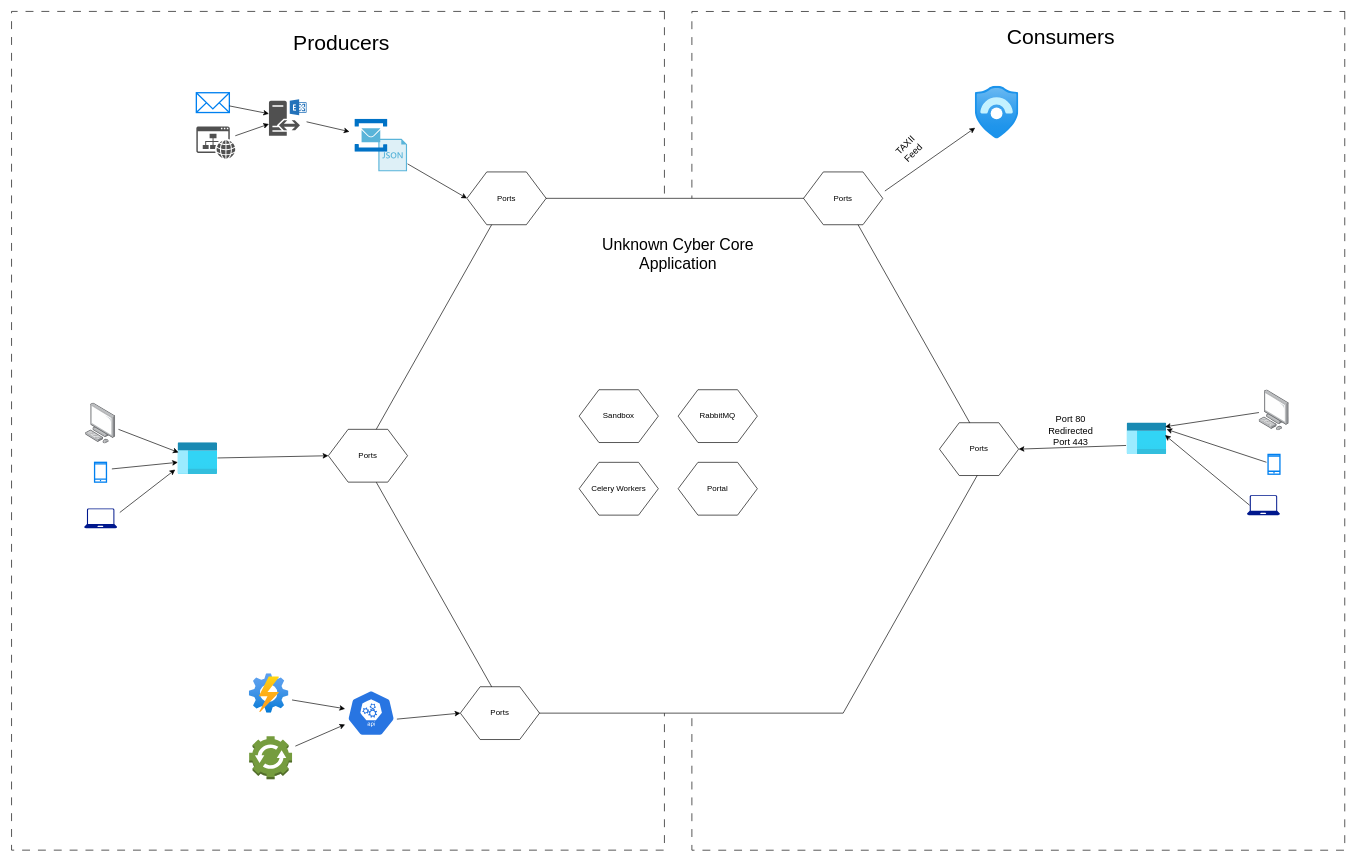
This is UnknownCyber-Hexagon.drawio from Unknown-Cyber-Inc/Docs, a draw.io file, before an edit. Source tidied: cells renumbered, new cells numbered last; positions are measured from the earlier drawing's top-left corner, leaving out a move shared by most shapes. Both pictures are drawn from the tidied source at 66%, with x=0, y=0 at pixel (-82, 26).
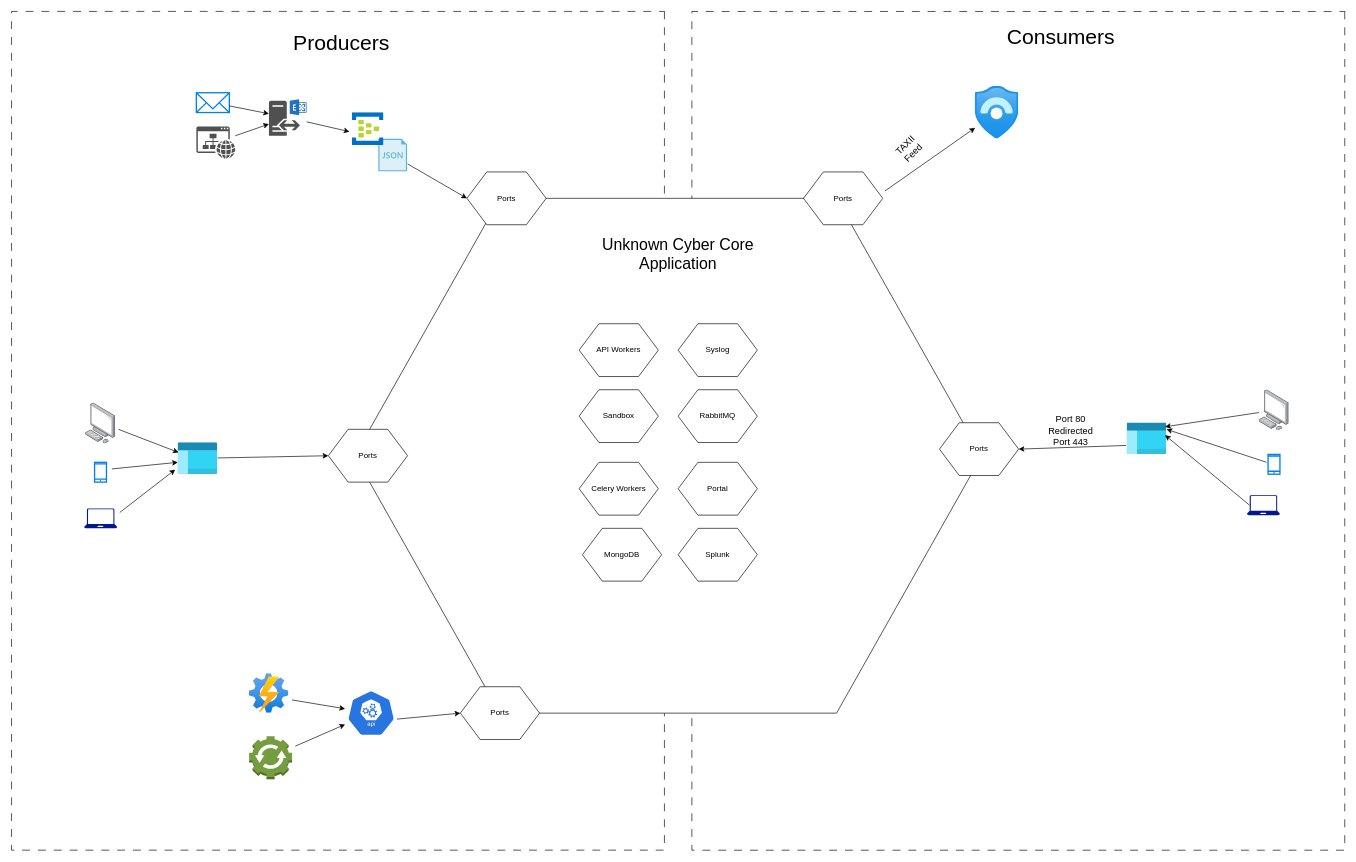
After the change.

The edit, as a diff of the source:
```diff
@@
     <mxCell id="4" style="shape=hexagon;perimeter=hexagonPerimeter2;whiteSpace=wrap;html=1;fixedSize=1;size=220;" parent="1" vertex="1">
-      <mxGeometry x="671" y="260" width="950" height="780" as="geometry" />
+      <mxGeometry x="661" y="260" width="950" height="780" as="geometry" />
     </mxCell>
@@
-    <mxCell id="51" style="image;sketch=0;html=1;align=center;fontSize=12;image=img/lib/mscae/Service_Bus.svg;" parent="1" vertex="1">
-      <mxGeometry x="661" y="140" width="50" height="50" as="geometry" />
-    </mxCell>
+    <mxCell id="52" style="image;sketch=0;html=1;align=center;fontSize=12;image=img/lib/mscae/Event_Hubs.svg;" parent="1" vertex="1">
+      <mxGeometry x="657" y="130" width="48" height="50" as="geometry" />
+    </mxCell>
+    <mxCell id="53" value="MongoDB" style="shape=hexagon;perimeter=hexagonPerimeter2;whiteSpace=wrap;html=1;fixedSize=1;size=30;" parent="1" vertex="1">
+      <mxGeometry x="1006" y="760" width="120" height="80" as="geometry" />
+    </mxCell>
+    <mxCell id="54" value="API Workers" style="shape=hexagon;perimeter=hexagonPerimeter2;whiteSpace=wrap;html=1;fixedSize=1;size=30;" parent="1" vertex="1">
+      <mxGeometry x="1001" y="450" width="120" height="80" as="geometry" />
+    </mxCell>
+    <mxCell id="55" value="Splunk" style="shape=hexagon;perimeter=hexagonPerimeter2;whiteSpace=wrap;html=1;fixedSize=1;size=30;" parent="1" vertex="1">
+      <mxGeometry x="1151" y="760" width="120" height="80" as="geometry" />
+    </mxCell>
+    <mxCell id="56" value="Syslog" style="shape=hexagon;perimeter=hexagonPerimeter2;whiteSpace=wrap;html=1;fixedSize=1;size=30;" parent="1" vertex="1">
+      <mxGeometry x="1151" y="450" width="120" height="80" as="geometry" />
+    </mxCell>
```
